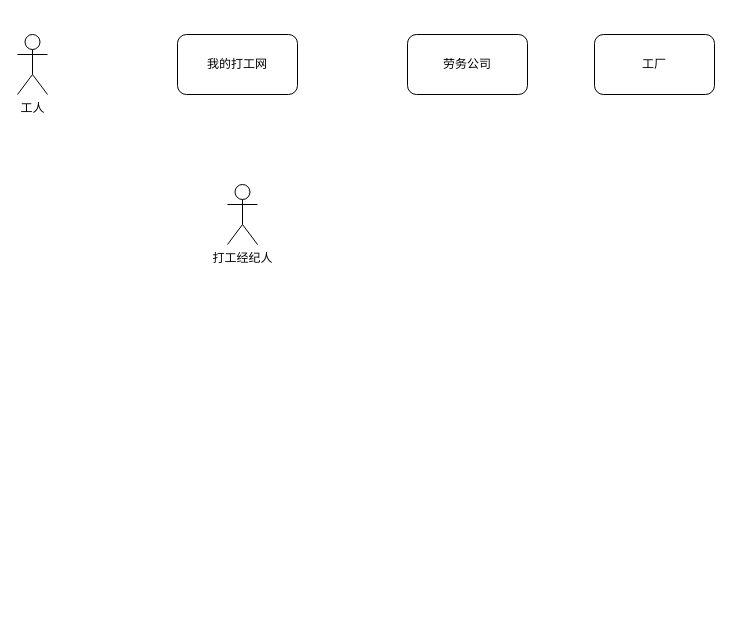
Before: page "第 1 页" (1 of 2) of 我的打工网.drawio in layken/jinrirencai, a draw.io diagram. Source tidied: cells renumbered, new cells numbered last; positions are measured from the earlier drawing's top-left corner, leaving out a move shared by most shapes. Both pictures are drawn from the tidied source at 100%, with x=0, y=0 at pixel (17, 34).
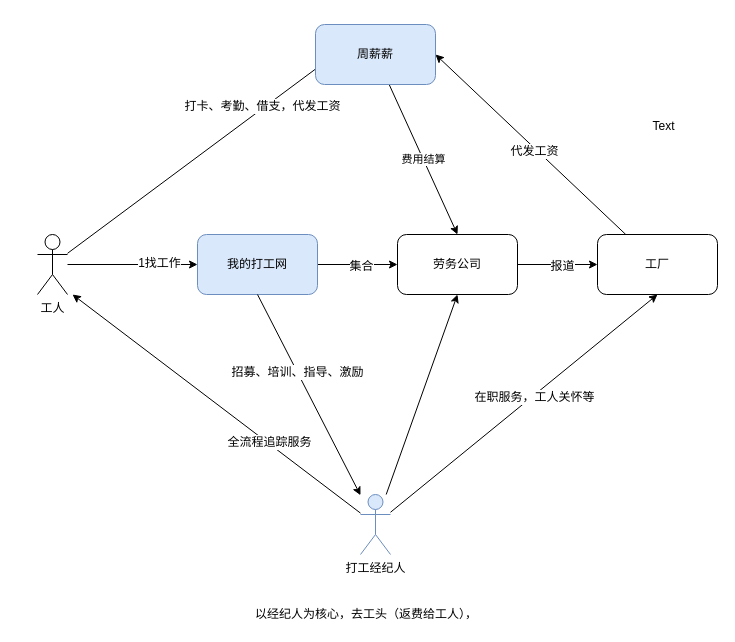
After the change.

Commit message:
更新我的打工网.drawio

Change to the diagram source:
```diff
@@
+    <mxCell id="7" style="edgeStyle=orthogonalEdgeStyle;rounded=0;jettySize=auto;html=1;entryX=0;entryY=0.5;entryDx=0;entryDy=0;" parent="1" edge="1" source="2" target="3">
+      <mxGeometry relative="1" as="geometry" />
+    </mxCell>
+    <mxCell id="8" value="1找工作" style="text;html=1;align=center;verticalAlign=middle;labelBackgroundColor=#ffffff;" parent="7" vertex="1">
+      <mxGeometry x="0.4" y="2" relative="1" as="geometry" />
+    </mxCell>
+    <mxCell id="9" style="edgeStyle=none;rounded=0;jettySize=auto;html=1;entryX=0.5;entryY=0;entryDx=0;entryDy=0;" parent="1" edge="1" source="2" target="26">
+      <mxGeometry relative="1" as="geometry" />
+    </mxCell>
+    <mxCell id="10" value="打卡、考勤、借支，代发工资" style="text;html=1;align=center;verticalAlign=middle;labelBackgroundColor=#ffffff;" parent="9" vertex="1">
+      <mxGeometry x="0.27" y="2" relative="1" as="geometry" />
+    </mxCell>
     <mxCell id="2" value="工人" style="shape=umlActor;verticalLabelPosition=bottom;labelBackgroundColor=#ffffff;verticalAlign=top;html=1;outlineConnect=0;" parent="1" vertex="1">
-      <mxGeometry width="30" height="60" as="geometry" />
+      <mxGeometry x="20" y="200" width="30" height="60" as="geometry" />
     </mxCell>
+    <mxCell id="11" style="edgeStyle=orthogonalEdgeStyle;rounded=0;jettySize=auto;html=1;" parent="1" edge="1" source="3" target="5">
+      <mxGeometry relative="1" as="geometry" />
+    </mxCell>
+    <mxCell id="12" value="集合" style="text;html=1;align=center;verticalAlign=middle;labelBackgroundColor=#ffffff;" parent="11" vertex="1">
+      <mxGeometry x="0.07" y="-1" relative="1" as="geometry" />
+    </mxCell>
-    <mxCell id="3" value="我的打工网" style="rounded=1;whiteSpace=wrap;html=1;" parent="1" vertex="1">
-      <mxGeometry x="160" width="120" height="60" as="geometry" />
+    <mxCell id="3" value="我的打工网" style="rounded=1;whiteSpace=wrap;html=1;fillColor=#dae8fc;strokeColor=#6c8ebf;" parent="1" vertex="1">
+      <mxGeometry x="180" y="200" width="120" height="60" as="geometry" />
     </mxCell>
+    <mxCell id="13" style="edgeStyle=orthogonalEdgeStyle;rounded=0;jettySize=auto;html=1;" parent="1" edge="1" source="5" target="6">
+      <mxGeometry relative="1" as="geometry" />
+    </mxCell>
+    <mxCell id="14" value="报道" style="text;html=1;align=center;verticalAlign=middle;labelBackgroundColor=#ffffff;" parent="13" vertex="1">
+      <mxGeometry x="0.1" y="-1" relative="1" as="geometry" />
+    </mxCell>
+    <mxCell id="5" value="劳务公司" style="rounded=1;whiteSpace=wrap;html=1;" parent="1" vertex="1">
+      <mxGeometry x="380" y="200" width="120" height="60" as="geometry" />
+    </mxCell>
+    <mxCell id="15" style="edgeStyle=none;rounded=0;jettySize=auto;html=1;entryX=1;entryY=0.5;entryDx=0;entryDy=0;" parent="1" edge="1" source="6" target="26">
+      <mxGeometry relative="1" as="geometry" />
+    </mxCell>
+    <mxCell id="16" value="代发工资" style="text;html=1;align=center;verticalAlign=middle;labelBackgroundColor=#ffffff;" parent="15" vertex="1">
+      <mxGeometry x="-0.05" y="2" relative="1" as="geometry" />
+    </mxCell>
+    <mxCell id="6" value="工厂" style="rounded=1;whiteSpace=wrap;html=1;" parent="1" vertex="1">
+      <mxGeometry x="580" y="200" width="120" height="60" as="geometry" />
+    </mxCell>
+    <mxCell id="17" style="rounded=0;jettySize=auto;html=1;" parent="1" edge="1" source="4">
+      <mxGeometry relative="1" as="geometry">
+        <mxPoint x="55" y="260" as="targetPoint" />
+      </mxGeometry>
+    </mxCell>
+    <mxCell id="18" value="全流程追踪服务" style="text;html=1;align=center;verticalAlign=middle;labelBackgroundColor=#ffffff;" parent="17" vertex="1">
+      <mxGeometry x="-0.36" y="-1" relative="1" as="geometry" />
+    </mxCell>
+    <mxCell id="19" style="edgeStyle=none;rounded=0;jettySize=auto;html=1;entryX=0.5;entryY=1;entryDx=0;entryDy=0;" parent="1" edge="1" source="4" target="5">
+      <mxGeometry relative="1" as="geometry" />
+    </mxCell>
+    <mxCell id="20" style="edgeStyle=none;rounded=0;jettySize=auto;html=1;exitX=0.5;exitY=1;exitDx=0;exitDy=0;" parent="1" edge="1" source="3" target="4">
+      <mxGeometry relative="1" as="geometry" />
+    </mxCell>
+    <mxCell id="21" value="招募、培训、指导、激励" style="text;html=1;align=center;verticalAlign=middle;labelBackgroundColor=#ffffff;" parent="20" vertex="1">
+      <mxGeometry x="-0.23" relative="1" as="geometry" />
+    </mxCell>
+    <mxCell id="22" style="edgeStyle=none;rounded=0;jettySize=auto;html=1;entryX=0.5;entryY=1;entryDx=0;entryDy=0;" parent="1" edge="1" source="4" target="6">
+      <mxGeometry relative="1" as="geometry" />
+    </mxCell>
+    <mxCell id="23" value="在职服务，工人关怀等" style="text;html=1;align=center;verticalAlign=middle;labelBackgroundColor=#ffffff;" parent="22" vertex="1">
+      <mxGeometry x="0.07" y="-1" relative="1" as="geometry" />
+    </mxCell>
-    <mxCell id="4" value="打工经纪人" style="shape=umlActor;verticalLabelPosition=bottom;labelBackgroundColor=#ffffff;verticalAlign=top;html=1;outlineConnect=0;" parent="1" vertex="1">
-      <mxGeometry x="210" y="150" width="30" height="60" as="geometry" />
+    <mxCell id="4" value="打工经纪人" style="shape=umlActor;verticalLabelPosition=bottom;labelBackgroundColor=#ffffff;verticalAlign=top;html=1;outlineConnect=0;fillColor=#dae8fc;strokeColor=#6c8ebf;" parent="1" vertex="1">
+      <mxGeometry x="343" y="460" width="30" height="60" as="geometry" />
     </mxCell>
-    <mxCell id="5" value="劳务公司" style="rounded=1;whiteSpace=wrap;html=1;" parent="1" vertex="1">
-      <mxGeometry x="390" width="120" height="60" as="geometry" />
-    </mxCell>
-    <mxCell id="6" value="工厂" style="rounded=1;whiteSpace=wrap;html=1;" parent="1" vertex="1">
-      <mxGeometry x="577" width="120" height="60" as="geometry" />
-    </mxCell>
+    <mxCell id="24" value="以经纪人为核心，去工头（返费给工人），" style="text;html=1;strokeColor=none;fillColor=none;align=center;verticalAlign=middle;whiteSpace=wrap;rounded=0;" parent="1" vertex="1">
+      <mxGeometry x="179" y="570" width="340" height="20" as="geometry" />
+    </mxCell>
+    <mxCell id="25" value="费用结算" style="edgeStyle=none;rounded=0;jettySize=auto;html=1;entryX=0.5;entryY=0;entryDx=0;entryDy=0;" parent="1" edge="1" source="26" target="5">
+      <mxGeometry relative="1" as="geometry" />
+    </mxCell>
+    <mxCell id="26" value="周薪薪" style="rounded=1;whiteSpace=wrap;html=1;fillColor=#dae8fc;strokeColor=#6c8ebf;" parent="1" vertex="1">
+      <mxGeometry x="298" y="-10" width="120" height="60" as="geometry" />
+    </mxCell>
+    <mxCell id="27" value="Text" style="text;html=1;align=center;verticalAlign=middle;" parent="1" vertex="1">
+      <mxGeometry x="626" y="82" width="40" height="20" as="geometry" />
+    </mxCell>
```
